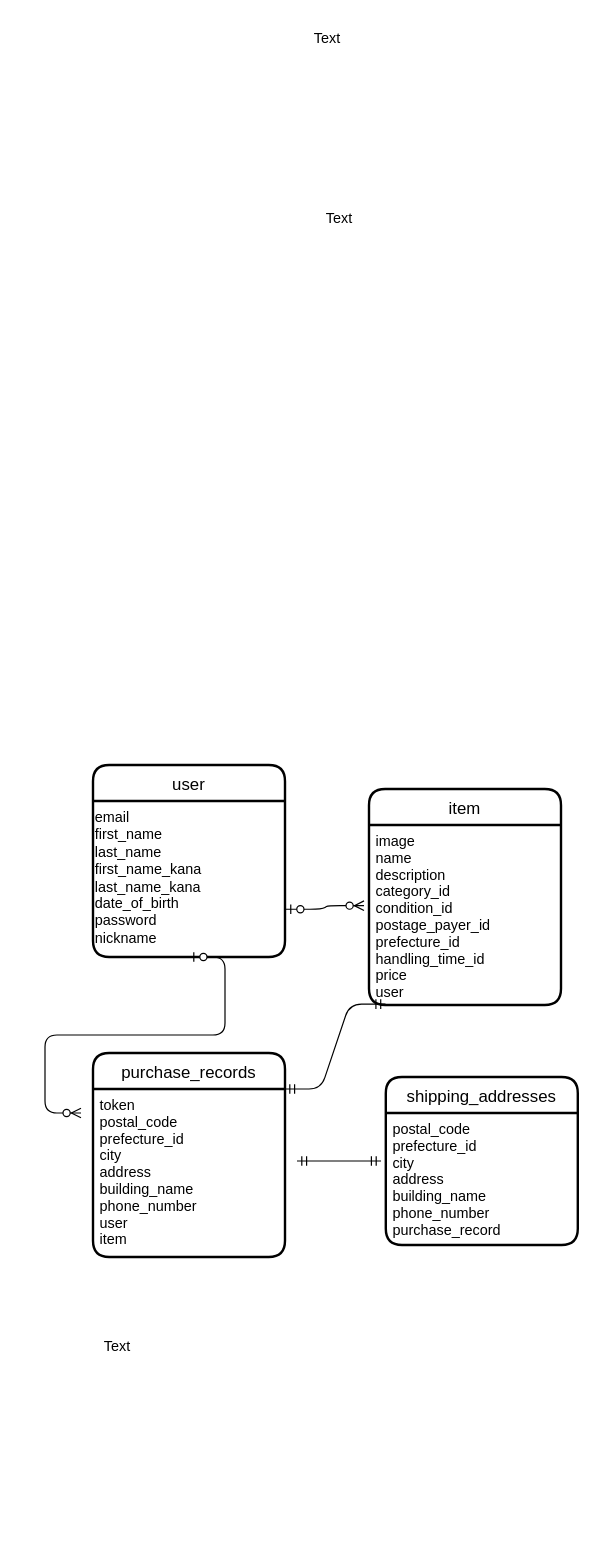
Before: app/frima.dio in masayukiimai/furima-39626, a draw.io diagram. Source tidied: cells renumbered, new cells numbered last; positions are measured from the earlier drawing's top-left corner, leaving out a move shared by most shapes. Both pictures are drawn from the tidied source at 120%, with x=0, y=0 at pixel (20, 20).
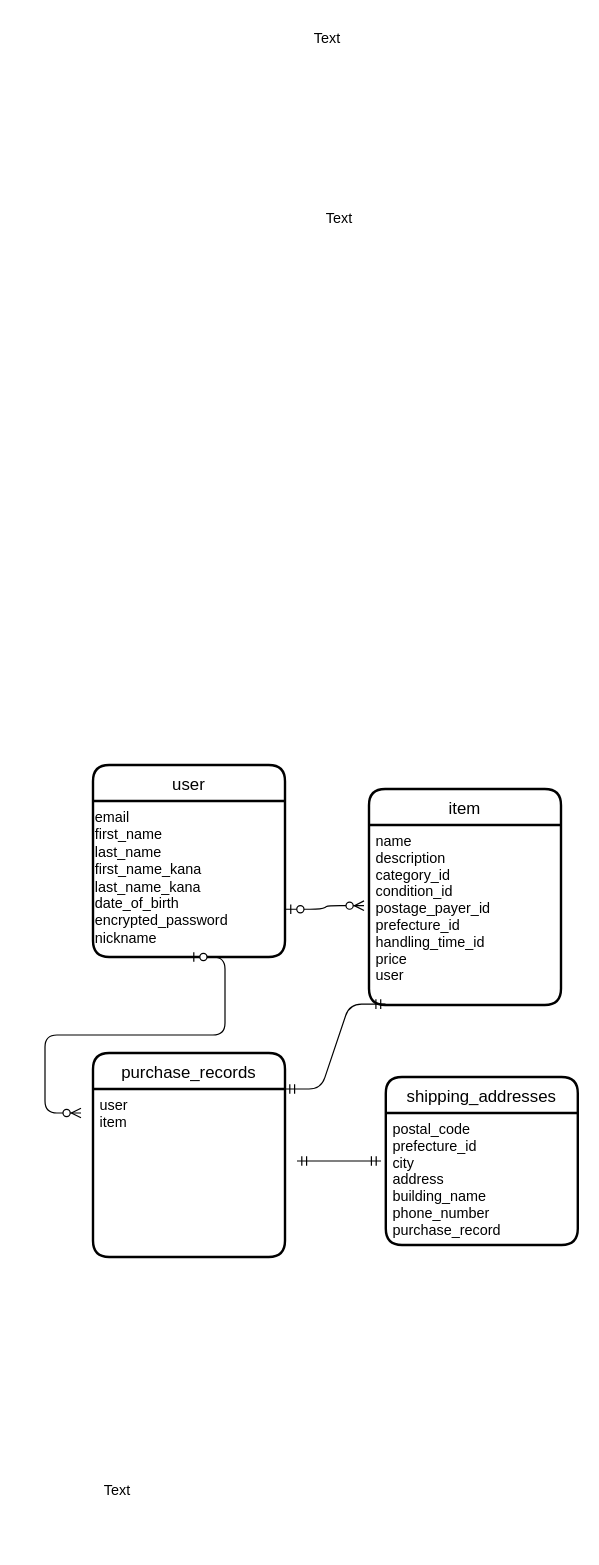
The same diagram, later.

Diff of the diagram source:
```diff
@@
 <mxGraphModel>
   <root>
     <mxCell id="0" />
     <mxCell id="1" parent="0" />
     <mxCell id="2" value="user" style="swimlane;horizontal=1;startSize=30;rounded=1;fontSize=14;fontStyle=0;strokeWidth=2;shadow=0;dashed=0;align=center;" parent="1" vertex="1">
       <mxGeometry x="60" y="620" width="160" height="160" as="geometry" />
     </mxCell>
-    <mxCell id="3" value="email&amp;nbsp;&lt;br&gt;first_name&amp;nbsp;&lt;br&gt;last_name&amp;nbsp; &amp;nbsp;&lt;br&gt;first_name_kana&amp;nbsp; &amp;nbsp; &amp;nbsp;&lt;br&gt;last_name_kana&amp;nbsp; &amp;nbsp;&amp;nbsp;&lt;br&gt;date_of_birth&lt;br&gt;&lt;span style=&quot;background-color: initial;&quot;&gt;password&lt;/span&gt;&lt;span style=&quot;background-color: initial;&quot;&gt;&#9;&lt;/span&gt;&lt;div&gt;nickname&lt;/div&gt;" style="text;whiteSpace=wrap;html=1;" parent="2" vertex="1">
+    <mxCell id="3" value="email&amp;nbsp;&lt;br&gt;first_name&amp;nbsp;&lt;br&gt;last_name&amp;nbsp; &amp;nbsp;&lt;br&gt;first_name_kana&amp;nbsp; &amp;nbsp; &amp;nbsp;&lt;br&gt;last_name_kana&amp;nbsp; &amp;nbsp;&amp;nbsp;&lt;br&gt;date_of_birth&lt;br&gt;&lt;span style=&quot;background-color: initial;&quot;&gt;encrypted_password&lt;/span&gt;&lt;span style=&quot;background-color: initial;&quot;&gt;&#9;&lt;/span&gt;&lt;div&gt;nickname&lt;/div&gt;" style="text;whiteSpace=wrap;html=1;" parent="2" vertex="1">
       <mxGeometry y="30" width="160" height="130" as="geometry" />
     </mxCell>
     <mxCell id="4" value="shipping_addresses" style="swimlane;horizontal=1;startSize=30;rounded=1;fontSize=14;fontStyle=0;strokeWidth=2;shadow=0;dashed=0;align=center;" parent="1" vertex="1">
       <mxGeometry x="304" y="880" width="160" height="140" as="geometry" />
     </mxCell>
     <mxCell id="5" value="postal_code&#10;prefecture_id&#10;city&#10;address&#10;building_name&#10;phone_number&#10;purchase_record" style="align=left;strokeColor=none;fillColor=none;spacingLeft=4;fontSize=12;verticalAlign=top;" parent="4" vertex="1">
       <mxGeometry y="30" width="160" height="110" as="geometry" />
     </mxCell>
     <mxCell id="6" value="Text" style="text;html=1;align=center;verticalAlign=middle;strokeColor=none;fillColor=none;" parent="1" vertex="1">
       <mxGeometry x="240" y="150" width="50" height="30" as="geometry" />
     </mxCell>
     <mxCell id="7" value="Text" style="text;html=1;align=center;verticalAlign=middle;strokeColor=none;fillColor=none;" parent="1" vertex="1">
       <mxGeometry x="230" width="50" height="30" as="geometry" />
     </mxCell>
     <mxCell id="8" value="item" style="swimlane;horizontal=1;startSize=30;rounded=1;fontSize=14;fontStyle=0;strokeWidth=2;shadow=0;dashed=0;align=center;" parent="1" vertex="1">
       <mxGeometry x="290" y="640" width="160" height="180" as="geometry" />
     </mxCell>
-    <mxCell id="9" value="image&#10;name&#10;description&#10;category_id&#10;condition_id&#10;postage_payer_id&#10;prefecture_id&#10;handling_time_id&#10;price&#10;user" style="align=left;strokeColor=none;fillColor=none;spacingLeft=4;fontSize=12;verticalAlign=top;" parent="8" vertex="1">
+    <mxCell id="9" value="name&#10;description&#10;category_id&#10;condition_id&#10;postage_payer_id&#10;prefecture_id&#10;handling_time_id&#10;price&#10;user" style="align=left;strokeColor=none;fillColor=none;spacingLeft=4;fontSize=12;verticalAlign=top;" parent="8" vertex="1">
       <mxGeometry y="30" width="160" height="150" as="geometry" />
     </mxCell>
     <mxCell id="10" value="Text" style="text;html=1;align=center;verticalAlign=middle;strokeColor=none;fillColor=none;" parent="1" vertex="1">
-      <mxGeometry y="1060" width="160" height="90" as="geometry" />
+      <mxGeometry y="1180" width="160" height="90" as="geometry" />
     </mxCell>
     <mxCell id="11" value="purchase_records" style="swimlane;horizontal=1;startSize=30;rounded=1;fontSize=14;fontStyle=0;strokeWidth=2;shadow=0;dashed=0;align=center;" parent="1" vertex="1">
       <mxGeometry x="60" y="860" width="160" height="170" as="geometry" />
     </mxCell>
-    <mxCell id="12" value="token&#10;postal_code&#10;prefecture_id&#10;city&#10;address&#10;building_name&#10;phone_number&#10;user&#10;item" style="align=left;strokeColor=none;fillColor=none;spacingLeft=4;fontSize=12;verticalAlign=top;" parent="11" vertex="1">
+    <mxCell id="12" value="user&#10;item" style="align=left;strokeColor=none;fillColor=none;spacingLeft=4;fontSize=12;verticalAlign=top;" parent="11" vertex="1">
       <mxGeometry y="30" width="160" height="140" as="geometry" />
     </mxCell>
     <mxCell id="13" style="edgeStyle=entityRelationEdgeStyle;fontSize=12;html=1;endArrow=ERzeroToMany;startArrow=ERzeroToOne;entryX=-0.026;entryY=0.448;entryDx=0;entryDy=0;entryPerimeter=0;exitX=1.005;exitY=0.694;exitDx=0;exitDy=0;exitPerimeter=0;" parent="1" edge="1" source="3" target="9">
       <mxGeometry relative="1" as="geometry" />
     </mxCell>
     <mxCell id="14" style="edgeStyle=entityRelationEdgeStyle;fontSize=12;html=1;endArrow=ERzeroToMany;startArrow=ERzeroToOne;exitX=0.5;exitY=1;exitDx=0;exitDy=0;" parent="1" edge="1" source="3">
       <mxGeometry relative="1" as="geometry">
         <mxPoint x="50" y="910" as="targetPoint" />
       </mxGeometry>
     </mxCell>
     <mxCell id="15" style="edgeStyle=entityRelationEdgeStyle;fontSize=12;html=1;endArrow=ERmandOne;startArrow=ERmandOne;entryX=0.086;entryY=0.995;entryDx=0;entryDy=0;entryPerimeter=0;" parent="1" edge="1" target="9">
       <mxGeometry relative="1" as="geometry">
         <mxPoint x="220" y="890" as="sourcePoint" />
       </mxGeometry>
     </mxCell>
     <mxCell id="16" style="edgeStyle=entityRelationEdgeStyle;fontSize=12;html=1;endArrow=ERmandOne;startArrow=ERmandOne;" parent="1" edge="1">
       <mxGeometry relative="1" as="geometry">
         <mxPoint x="230" y="950" as="sourcePoint" />
         <mxPoint x="300" y="950" as="targetPoint" />
       </mxGeometry>
     </mxCell>
   </root>
 </mxGraphModel>
```
